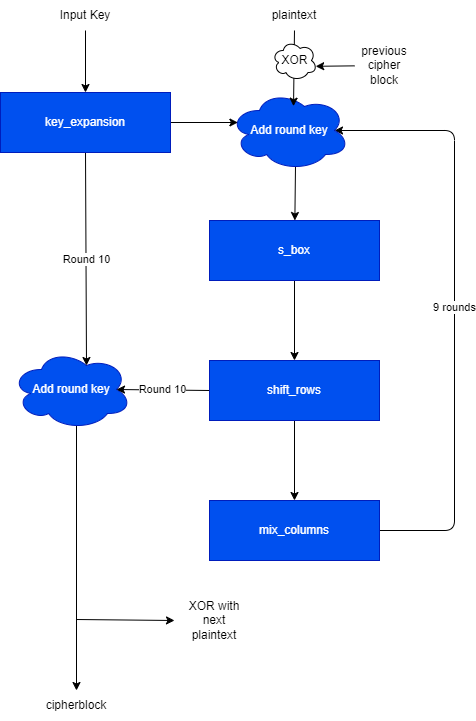
This is doc/figures/aes_cbc_bd.drawio.png from Blinerator/aes-128-fpga, a draw.io export, as it was before one commit. Source tidied: cells renumbered, new cells last; positions are measured from the earlier drawing's top-left corner, leaving out a move shared by most shapes. Its diagram source:
```xml
<mxGraphModel>
  <root>
    <mxCell id="0" />
    <mxCell id="1" parent="0" />
    <mxCell id="2" style="edgeStyle=none;html=1;entryX=0.5;entryY=0;entryDx=0;entryDy=0;" parent="1" edge="1" target="20">
      <mxGeometry relative="1" as="geometry">
        <mxPoint x="76" y="420" as="sourcePoint" />
      </mxGeometry>
    </mxCell>
    <mxCell id="3" value="Add round key" style="ellipse;shape=cloud;whiteSpace=wrap;html=1;fillColor=#0050ef;fontColor=#ffffff;strokeColor=#001DBC;" parent="1" vertex="1">
      <mxGeometry x="11" y="349" width="120" height="80" as="geometry" />
    </mxCell>
    <mxCell id="4" style="edgeStyle=none;html=1;exitX=1;exitY=0.5;exitDx=0;exitDy=0;entryX=0.07;entryY=0.4;entryDx=0;entryDy=0;entryPerimeter=0;" parent="1" edge="1" source="6" target="15">
      <mxGeometry relative="1" as="geometry" />
    </mxCell>
    <mxCell id="5" value="Round 10" style="edgeStyle=none;html=1;exitX=0.5;exitY=1;exitDx=0;exitDy=0;entryX=0.625;entryY=0.2;entryDx=0;entryDy=0;entryPerimeter=0;" parent="1" edge="1" source="6" target="3">
      <mxGeometry relative="1" as="geometry" />
    </mxCell>
    <mxCell id="6" value="key_expansion" style="rounded=0;whiteSpace=wrap;html=1;fillColor=#0050ef;fontColor=#ffffff;strokeColor=#001DBC;" parent="1" vertex="1">
      <mxGeometry y="92" width="170" height="60" as="geometry" />
    </mxCell>
    <mxCell id="7" style="edgeStyle=none;html=1;exitX=0.5;exitY=1;exitDx=0;exitDy=0;entryX=0.5;entryY=0;entryDx=0;entryDy=0;" parent="1" edge="1" source="8" target="11">
      <mxGeometry relative="1" as="geometry" />
    </mxCell>
    <mxCell id="8" value="s_box" style="rounded=0;whiteSpace=wrap;html=1;fillColor=#0050ef;fontColor=#ffffff;strokeColor=#001DBC;" parent="1" vertex="1">
      <mxGeometry x="209" y="220" width="170" height="60" as="geometry" />
    </mxCell>
    <mxCell id="9" style="edgeStyle=none;html=1;exitX=0.5;exitY=1;exitDx=0;exitDy=0;entryX=0.5;entryY=0;entryDx=0;entryDy=0;" parent="1" edge="1" source="11" target="13">
      <mxGeometry relative="1" as="geometry" />
    </mxCell>
    <mxCell id="10" value="Round 10" style="edgeStyle=none;html=1;exitX=0;exitY=0.5;exitDx=0;exitDy=0;entryX=0.875;entryY=0.5;entryDx=0;entryDy=0;entryPerimeter=0;" parent="1" edge="1" source="11" target="3">
      <mxGeometry relative="1" as="geometry" />
    </mxCell>
    <mxCell id="11" value="shift_rows" style="rounded=0;whiteSpace=wrap;html=1;fillColor=#0050ef;fontColor=#ffffff;strokeColor=#001DBC;" parent="1" vertex="1">
      <mxGeometry x="209" y="360" width="170" height="60" as="geometry" />
    </mxCell>
    <mxCell id="12" value="9 rounds" style="edgeStyle=none;html=1;exitX=1;exitY=0.5;exitDx=0;exitDy=0;entryX=0.875;entryY=0.5;entryDx=0;entryDy=0;entryPerimeter=0;" parent="1" edge="1" source="13" target="15">
      <mxGeometry relative="1" as="geometry">
        <Array as="points">
          <mxPoint x="454" y="530" />
          <mxPoint x="454" y="130" />
        </Array>
      </mxGeometry>
    </mxCell>
    <mxCell id="13" value="mix_columns" style="rounded=0;whiteSpace=wrap;html=1;fillColor=#0050ef;fontColor=#ffffff;strokeColor=#001DBC;" parent="1" vertex="1">
      <mxGeometry x="209" y="500" width="170" height="60" as="geometry" />
    </mxCell>
    <mxCell id="14" style="edgeStyle=none;html=1;exitX=0.55;exitY=0.95;exitDx=0;exitDy=0;exitPerimeter=0;" parent="1" edge="1" source="15" target="8">
      <mxGeometry relative="1" as="geometry" />
    </mxCell>
    <mxCell id="15" value="Add round key" style="ellipse;shape=cloud;whiteSpace=wrap;html=1;fillColor=#0050ef;fontColor=#ffffff;strokeColor=#001DBC;" parent="1" vertex="1">
      <mxGeometry x="229" y="90" width="120" height="80" as="geometry" />
    </mxCell>
    <mxCell id="16" style="edgeStyle=none;html=1;exitX=0.5;exitY=1;exitDx=0;exitDy=0;" parent="1" edge="1" source="17" target="6">
      <mxGeometry relative="1" as="geometry" />
    </mxCell>
    <mxCell id="17" value="Input Key" style="text;html=1;strokeColor=none;fillColor=none;align=center;verticalAlign=middle;whiteSpace=wrap;rounded=0;" parent="1" vertex="1">
      <mxGeometry x="55" width="60" height="30" as="geometry" />
    </mxCell>
    <mxCell id="18" style="edgeStyle=none;html=1;exitX=0.5;exitY=1;exitDx=0;exitDy=0;" parent="1" edge="1" source="19">
      <mxGeometry relative="1" as="geometry">
        <mxPoint x="293" y="105.7" as="targetPoint" />
      </mxGeometry>
    </mxCell>
    <mxCell id="19" value="plaintext" style="text;html=1;strokeColor=none;fillColor=none;align=center;verticalAlign=middle;whiteSpace=wrap;rounded=0;" parent="1" vertex="1">
      <mxGeometry x="264" width="60" height="30" as="geometry" />
    </mxCell>
    <mxCell id="20" value="cipherblock" style="text;html=1;strokeColor=none;fillColor=none;align=center;verticalAlign=middle;whiteSpace=wrap;rounded=0;" parent="1" vertex="1">
      <mxGeometry x="46" y="690" width="60" height="30" as="geometry" />
    </mxCell>
    <mxCell id="21" style="endArrow=classic;html=1;" parent="1" edge="1">
      <mxGeometry relative="1" as="geometry">
        <mxPoint x="76" y="619" as="sourcePoint" />
        <mxPoint x="174" y="620" as="targetPoint" />
      </mxGeometry>
    </mxCell>
    <mxCell id="22" value="XOR with next plaintext&lt;br&gt;" style="text;html=1;strokeColor=none;fillColor=none;align=center;verticalAlign=middle;whiteSpace=wrap;rounded=0;" parent="1" vertex="1">
      <mxGeometry x="184" y="605" width="60" height="30" as="geometry" />
    </mxCell>
    <mxCell id="23" value="XOR" style="ellipse;shape=cloud;whiteSpace=wrap;html=1;" parent="1" vertex="1">
      <mxGeometry x="271.5" y="40" width="45" height="40" as="geometry" />
    </mxCell>
    <mxCell id="24" style="edgeStyle=none;html=1;entryX=0.971;entryY=0.645;entryDx=0;entryDy=0;entryPerimeter=0;" parent="1" edge="1" source="25" target="23">
      <mxGeometry relative="1" as="geometry" />
    </mxCell>
    <mxCell id="25" value="previous cipher block" style="text;html=1;strokeColor=none;fillColor=none;align=center;verticalAlign=middle;whiteSpace=wrap;rounded=0;" parent="1" vertex="1">
      <mxGeometry x="354" y="50" width="60" height="30" as="geometry" />
    </mxCell>
  </root>
</mxGraphModel>
```
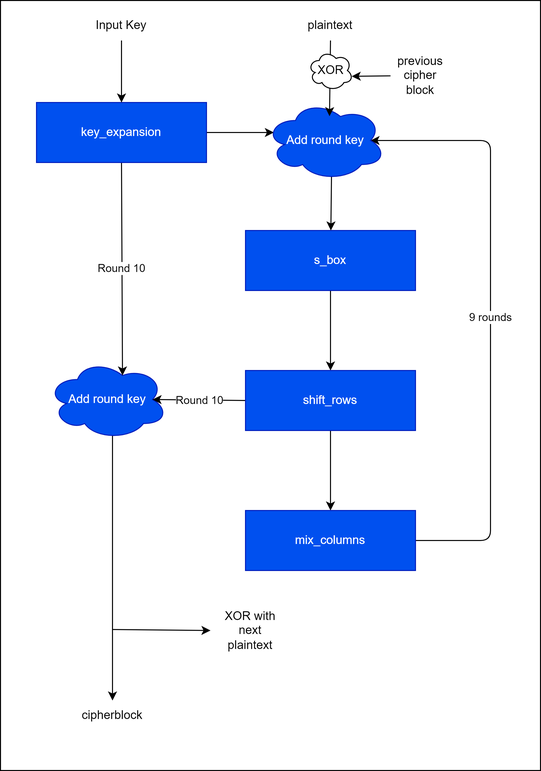
After the commit.

Diff of the diagram source:
```diff
@@ -2,6 +2,9 @@
   <root>
     <mxCell id="0" />
     <mxCell id="1" parent="0" />
+    <mxCell id="26" style="rounded=0;whiteSpace=wrap;html=1;" parent="1" vertex="1">
+      <mxGeometry x="-36" y="-10" width="540" height="770" as="geometry" />
+    </mxCell>
     <mxCell id="2" style="edgeStyle=none;html=1;entryX=0.5;entryY=0;entryDx=0;entryDy=0;" parent="1" edge="1" target="20">
       <mxGeometry relative="1" as="geometry">
         <mxPoint x="76" y="420" as="sourcePoint" />
```
